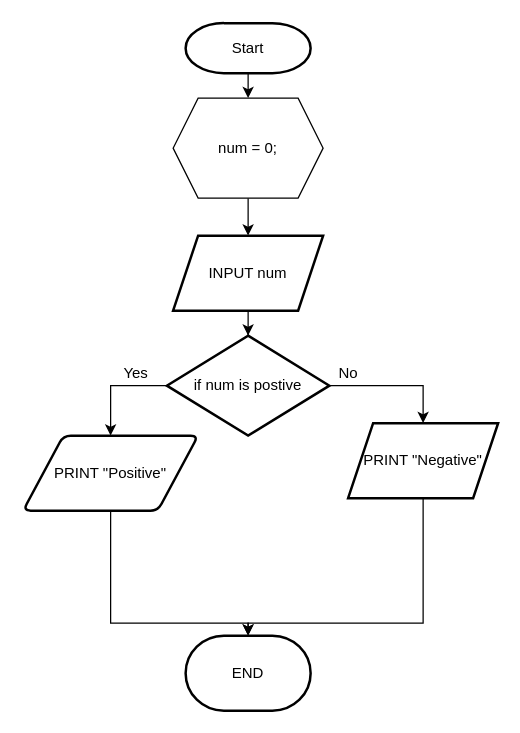
This is page "Page-8" (7 of 11) of Untitled Diagram.drawio from Carlo06/Randoms, a draw.io file, before an edit. Source tidied: cells renumbered, new cells numbered last; positions are measured from the earlier drawing's top-left corner, leaving out a move shared by most shapes. Both pictures are drawn from the tidied source at 125%, with x=0, y=0 at pixel (22, 22).
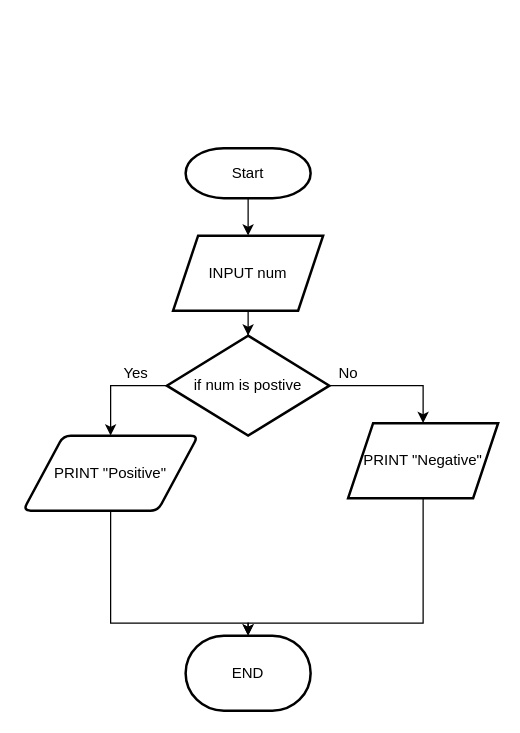
The same diagram, later.

Unchanged cells that the change refers to:
```xml
<mxCell id="5" value="INPUT num" style="shape=parallelogram;perimeter=parallelogramPerimeter;whiteSpace=wrap;html=1;fixedSize=1;strokeWidth=2;" parent="1" vertex="1">
  <mxGeometry x="120" y="170" width="120" height="60" as="geometry" />
</mxCell>
```

Diff of the diagram source:
```diff
@@
-    <mxCell id="2" style="edgeStyle=orthogonalEdgeStyle;rounded=0;jettySize=auto;html=1;exitX=0.5;exitY=1;exitDx=0;exitDy=0;exitPerimeter=0;entryX=0.5;entryY=0;entryDx=0;entryDy=0;" parent="1" edge="1" source="3" target="18">
-      <mxGeometry relative="1" as="geometry" />
-    </mxCell>
+    <mxCell id="19" style="edgeStyle=orthogonalEdgeStyle;rounded=0;jettySize=auto;html=1;exitX=0.5;exitY=1;exitDx=0;exitDy=0;exitPerimeter=0;entryX=0.5;entryY=0;entryDx=0;entryDy=0;" parent="1" edge="1" source="3" target="5">
+      <mxGeometry relative="1" as="geometry" />
+    </mxCell>
     <mxCell id="3" value="Start" style="strokeWidth=2;html=1;shape=mxgraph.flowchart.terminator;whiteSpace=wrap;" parent="1" vertex="1">
-      <mxGeometry x="130" width="100" height="40" as="geometry" />
+      <mxGeometry x="130" y="100" width="100" height="40" as="geometry" />
     </mxCell>
@@
-    <mxCell id="17" style="edgeStyle=orthogonalEdgeStyle;rounded=0;jettySize=auto;html=1;exitX=0.5;exitY=1;exitDx=0;exitDy=0;entryX=0.5;entryY=0;entryDx=0;entryDy=0;" parent="1" edge="1" source="18" target="5">
-      <mxGeometry relative="1" as="geometry" />
-    </mxCell>
-    <mxCell id="18" value="num = 0;" style="shape=hexagon;perimeter=hexagonPerimeter2;whiteSpace=wrap;html=1;fixedSize=1;" parent="1" vertex="1">
-      <mxGeometry x="120" y="60" width="120" height="80" as="geometry" />
-    </mxCell>
```
